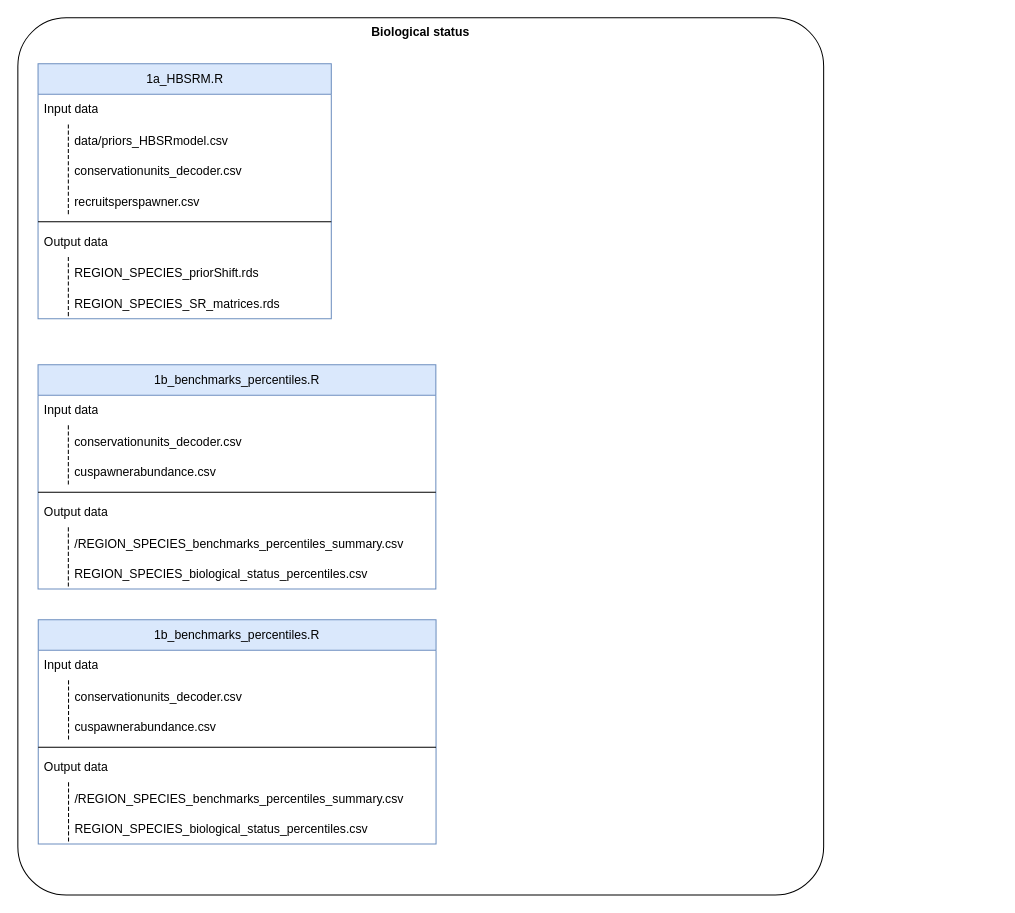
Above: flowcharts/Flowchart_datasets_scripts_population_indicators.drawio in salmonwatersheds/population-indicators (draw.io), before the change. Source tidied: cells renumbered, new cells numbered last; positions are measured from the earlier drawing's top-left corner, leaving out a move shared by most shapes. Both pictures are drawn from the tidied source at 102%, with x=0, y=0 at pixel (17, 17).
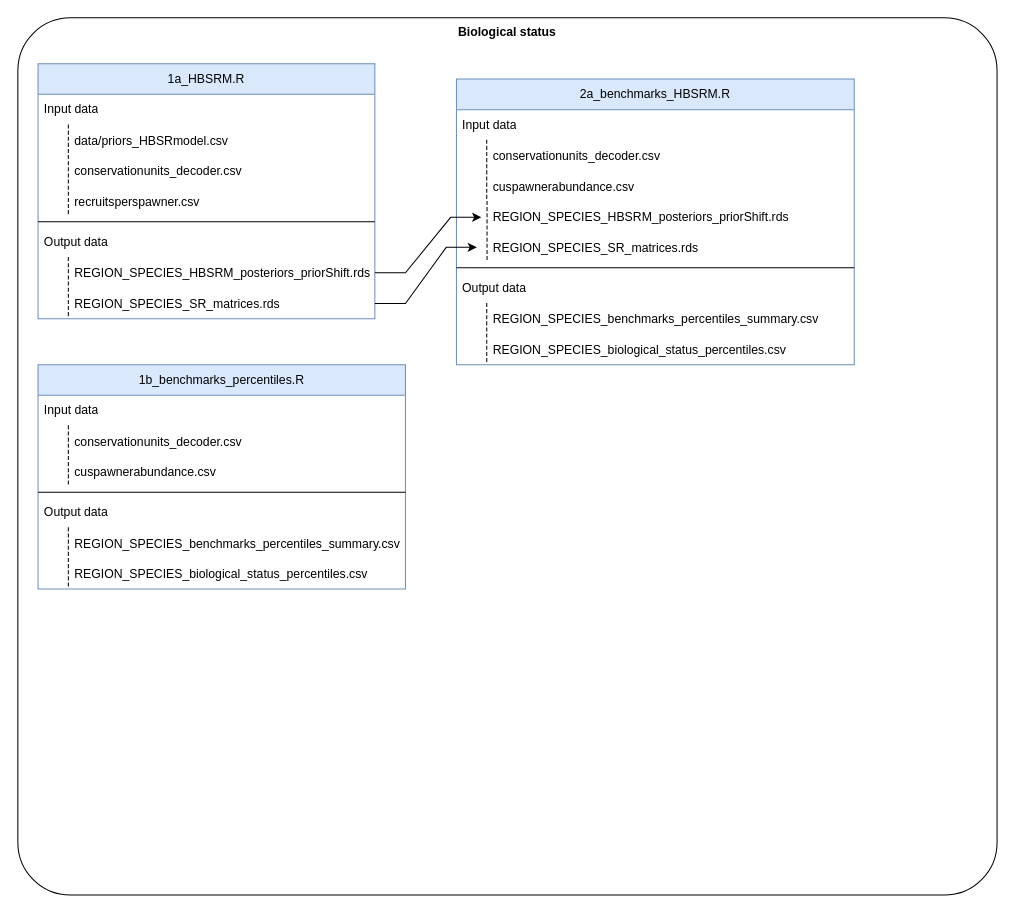
The same diagram, later.

Diff of the diagram source:
```diff
@@
     <mxCell id="2" value="&lt;b&gt;Biological status&lt;/b&gt;" style="rounded=1;whiteSpace=wrap;html=1;direction=west;verticalAlign=top;arcSize=6;" parent="1" vertex="1">
-      <mxGeometry width="790" height="860" as="geometry" />
+      <mxGeometry width="960" height="860" as="geometry" />
     </mxCell>
     <mxCell id="3" value="1a_HBSRM.R" style="swimlane;fontStyle=0;horizontal=1;startSize=30;whiteSpace=wrap;html=1;fillColor=#dae8fc;strokeColor=#6c8ebf;" parent="2" vertex="1">
-      <mxGeometry x="19.8" y="45" width="287.5" height="250" as="geometry" />
+      <mxGeometry x="19.8" y="45" width="330.2" height="250" as="geometry" />
     </mxCell>
     <mxCell id="4" value="Input data" style="text;strokeColor=none;fillColor=none;align=left;verticalAlign=middle;spacingLeft=4;spacingRight=4;overflow=hidden;whiteSpace=wrap;html=1;" parent="3" vertex="1">
-      <mxGeometry y="30" width="287.5" height="30" as="geometry" />
+      <mxGeometry y="30" width="330.2" height="30" as="geometry" />
     </mxCell>
     <mxCell id="5" value="data/priors_HBSRmodel.csv" style="shape=partialRectangle;fillColor=none;align=left;verticalAlign=middle;strokeColor=none;spacingLeft=34;" parent="3" vertex="1">
-      <mxGeometry y="60" width="287.5" height="30" as="geometry" />
+      <mxGeometry y="60" width="330.2" height="30" as="geometry" />
     </mxCell>
@@
     <mxCell id="7" value="conservationunits_decoder.csv" style="shape=partialRectangle;fillColor=none;align=left;verticalAlign=middle;strokeColor=none;spacingLeft=34;" parent="3" vertex="1">
-      <mxGeometry y="90" width="287.5" height="30" as="geometry" />
+      <mxGeometry y="90" width="330.2" height="30" as="geometry" />
     </mxCell>
@@
     <mxCell id="9" value="recruitsperspawner.csv" style="shape=partialRectangle;fillColor=none;align=left;verticalAlign=middle;strokeColor=none;spacingLeft=34;" parent="3" vertex="1">
-      <mxGeometry y="120" width="287.5" height="30" as="geometry" />
+      <mxGeometry y="120" width="330.2" height="30" as="geometry" />
     </mxCell>
@@
     <mxCell id="11" style="line;strokeWidth=1;dashed=0;labelPosition=right;align=left;verticalAlign=middle;spacingTop=0;spacingLeft=6;" parent="3" vertex="1">
-      <mxGeometry y="150" width="287.5" height="10" as="geometry" />
+      <mxGeometry y="150" width="330.2" height="10" as="geometry" />
     </mxCell>
     <mxCell id="12" value="Output data" style="text;strokeColor=none;fillColor=none;align=left;verticalAlign=middle;spacingLeft=4;spacingRight=4;overflow=hidden;whiteSpace=wrap;html=1;" parent="3" vertex="1">
-      <mxGeometry y="160" width="287.5" height="30" as="geometry" />
+      <mxGeometry y="160" width="330.2" height="30" as="geometry" />
     </mxCell>
-    <mxCell id="13" value="REGION_SPECIES_priorShift.rds" style="shape=partialRectangle;fillColor=none;align=left;verticalAlign=middle;strokeColor=none;spacingLeft=34;points=[[0,0.5],[1,0.5]];portConstraint=eastwest;" parent="3" vertex="1">
-      <mxGeometry y="190" width="287.5" height="30" as="geometry" />
+    <mxCell id="13" value="REGION_SPECIES_HBSRM_posteriors_priorShift.rds" style="shape=partialRectangle;fillColor=none;align=left;verticalAlign=middle;strokeColor=none;spacingLeft=34;points=[[0,0.5],[1,0.5]];portConstraint=eastwest;" parent="3" vertex="1">
+      <mxGeometry y="190" width="330.2" height="30" as="geometry" />
     </mxCell>
@@
     <mxCell id="15" value="REGION_SPECIES_SR_matrices.rds" style="shape=partialRectangle;fillColor=none;align=left;verticalAlign=middle;strokeColor=none;spacingLeft=34;points=[[0,0.5],[1,0.5]];portConstraint=eastwest;" parent="3" vertex="1">
-      <mxGeometry y="220" width="287.5" height="30" as="geometry" />
+      <mxGeometry y="220" width="330.2" height="30" as="geometry" />
     </mxCell>
@@
     <mxCell id="17" value="1b_benchmarks_percentiles.R" style="swimlane;fontStyle=0;horizontal=1;startSize=30;whiteSpace=wrap;html=1;fillColor=#dae8fc;strokeColor=#6c8ebf;" parent="2" vertex="1">
-      <mxGeometry x="19.8" y="340" width="390" height="220" as="geometry" />
+      <mxGeometry x="19.8" y="340" width="360.2" height="220" as="geometry" />
     </mxCell>
     <mxCell id="18" value="Input data" style="text;strokeColor=none;fillColor=none;align=left;verticalAlign=middle;spacingLeft=4;spacingRight=4;overflow=hidden;whiteSpace=wrap;html=1;" parent="17" vertex="1">
-      <mxGeometry y="30" width="390" height="30" as="geometry" />
+      <mxGeometry y="30" width="360.2" height="30" as="geometry" />
     </mxCell>
     <mxCell id="19" value="conservationunits_decoder.csv" style="shape=partialRectangle;fillColor=none;align=left;verticalAlign=middle;strokeColor=none;spacingLeft=34;" parent="17" vertex="1">
-      <mxGeometry y="60" width="390" height="30" as="geometry" />
+      <mxGeometry y="60" width="360.2" height="30" as="geometry" />
     </mxCell>
@@
     <mxCell id="21" value="cuspawnerabundance.csv" style="shape=partialRectangle;fillColor=none;align=left;verticalAlign=middle;strokeColor=none;spacingLeft=34;" parent="17" vertex="1">
-      <mxGeometry y="90" width="390" height="30" as="geometry" />
+      <mxGeometry y="90" width="360.2" height="30" as="geometry" />
     </mxCell>
@@
     <mxCell id="23" style="line;strokeWidth=1;dashed=0;labelPosition=right;align=left;verticalAlign=middle;spacingTop=0;spacingLeft=6;" parent="17" vertex="1">
-      <mxGeometry y="120" width="390" height="10" as="geometry" />
+      <mxGeometry y="120" width="360.2" height="10" as="geometry" />
     </mxCell>
     <mxCell id="24" value="Output data" style="text;strokeColor=none;fillColor=none;align=left;verticalAlign=middle;spacingLeft=4;spacingRight=4;overflow=hidden;whiteSpace=wrap;html=1;" parent="17" vertex="1">
-      <mxGeometry y="130" width="390" height="30" as="geometry" />
+      <mxGeometry y="130" width="360.2" height="30" as="geometry" />
     </mxCell>
-    <mxCell id="25" value="/REGION_SPECIES_benchmarks_percentiles_summary.csv" style="shape=partialRectangle;fillColor=none;align=left;verticalAlign=middle;strokeColor=none;spacingLeft=34;" parent="17" vertex="1">
-      <mxGeometry y="160" width="390" height="30" as="geometry" />
+    <mxCell id="25" value="REGION_SPECIES_benchmarks_percentiles_summary.csv" style="shape=partialRectangle;fillColor=none;align=left;verticalAlign=middle;strokeColor=none;spacingLeft=34;" parent="17" vertex="1">
+      <mxGeometry y="160" width="360.2" height="30" as="geometry" />
     </mxCell>
@@
     <mxCell id="27" value="REGION_SPECIES_biological_status_percentiles.csv" style="shape=partialRectangle;fillColor=none;align=left;verticalAlign=middle;strokeColor=none;spacingLeft=34;" parent="17" vertex="1">
-      <mxGeometry y="190" width="390" height="30" as="geometry" />
+      <mxGeometry y="190" width="360.2" height="30" as="geometry" />
     </mxCell>
@@
-    <mxCell id="29" value="1b_benchmarks_percentiles.R" style="swimlane;fontStyle=0;horizontal=1;startSize=30;whiteSpace=wrap;html=1;fillColor=#dae8fc;strokeColor=#6c8ebf;" parent="1" vertex="1">
-      <mxGeometry x="20" y="590" width="390" height="220" as="geometry" />
+    <mxCell id="29" value="2a_benchmarks_HBSRM.R" style="swimlane;fontStyle=0;horizontal=1;startSize=30;whiteSpace=wrap;html=1;fillColor=#dae8fc;strokeColor=#6c8ebf;" parent="2" vertex="1">
+      <mxGeometry x="430" y="60" width="390" height="280" as="geometry" />
     </mxCell>
@@
+    <mxCell id="41" value="REGION_SPECIES_HBSRM_posteriors_priorShift.rds" style="shape=partialRectangle;fillColor=none;align=left;verticalAlign=middle;strokeColor=none;spacingLeft=34;" parent="29" vertex="1">
+      <mxGeometry y="120" width="390" height="30" as="geometry" />
+    </mxCell>
+    <mxCell id="42" style="shape=partialRectangle;top=0;left=0;bottom=0;fillColor=none;stokeWidth=1;dashed=1;align=left;verticalAlign=middle;spacingLeft=4;spacingRight=4;overflow=hidden;points=[];portConstraint=eastwest;" parent="41" vertex="1">
+      <mxGeometry width="30" height="30" as="geometry" />
+    </mxCell>
+    <mxCell id="43" value="REGION_SPECIES_SR_matrices.rds" style="shape=partialRectangle;fillColor=none;align=left;verticalAlign=middle;strokeColor=none;spacingLeft=34;" parent="29" vertex="1">
+      <mxGeometry y="150" width="390" height="30" as="geometry" />
+    </mxCell>
+    <mxCell id="44" style="shape=partialRectangle;top=0;left=0;bottom=0;fillColor=none;stokeWidth=1;dashed=1;align=left;verticalAlign=middle;spacingLeft=4;spacingRight=4;overflow=hidden;" parent="43" vertex="1">
+      <mxGeometry width="30" height="30" as="geometry" />
+    </mxCell>
     <mxCell id="35" style="line;strokeWidth=1;dashed=0;labelPosition=right;align=left;verticalAlign=middle;spacingTop=0;spacingLeft=6;" parent="29" vertex="1">
-      <mxGeometry y="120" width="390" height="10" as="geometry" />
+      <mxGeometry y="180" width="390" height="10" as="geometry" />
     </mxCell>
     <mxCell id="36" value="Output data" style="text;strokeColor=none;fillColor=none;align=left;verticalAlign=middle;spacingLeft=4;spacingRight=4;overflow=hidden;whiteSpace=wrap;html=1;" parent="29" vertex="1">
-      <mxGeometry y="130" width="390" height="30" as="geometry" />
+      <mxGeometry y="190" width="390" height="30" as="geometry" />
     </mxCell>
-    <mxCell id="37" value="/REGION_SPECIES_benchmarks_percentiles_summary.csv" style="shape=partialRectangle;fillColor=none;align=left;verticalAlign=middle;strokeColor=none;spacingLeft=34;" parent="29" vertex="1">
-      <mxGeometry y="160" width="390" height="30" as="geometry" />
+    <mxCell id="37" value="REGION_SPECIES_benchmarks_percentiles_summary.csv" style="shape=partialRectangle;fillColor=none;align=left;verticalAlign=middle;strokeColor=none;spacingLeft=34;" parent="29" vertex="1">
+      <mxGeometry y="220" width="390" height="30" as="geometry" />
     </mxCell>
@@
     <mxCell id="39" value="REGION_SPECIES_biological_status_percentiles.csv" style="shape=partialRectangle;fillColor=none;align=left;verticalAlign=middle;strokeColor=none;spacingLeft=34;" parent="29" vertex="1">
-      <mxGeometry y="190" width="390" height="30" as="geometry" />
+      <mxGeometry y="250" width="390" height="30" as="geometry" />
     </mxCell>
@@
+    <mxCell id="45" style="edgeStyle=entityRelationEdgeStyle;rounded=0;jettySize=auto;html=1;exitX=1;exitY=0.5;exitDx=0;exitDy=0;entryX=0.811;entryY=0.519;entryDx=0;entryDy=0;entryPerimeter=0;" parent="2" edge="1" source="13" target="42">
+      <mxGeometry relative="1" as="geometry">
+        <Array as="points">
+          <mxPoint x="430" y="196" />
+        </Array>
+      </mxGeometry>
+    </mxCell>
+    <mxCell id="46" style="edgeStyle=entityRelationEdgeStyle;shape=connector;rounded=0;jettySize=auto;html=1;exitX=1;exitY=0.5;exitDx=0;exitDy=0;strokeColor=default;align=center;verticalAlign=middle;fontFamily=Helvetica;fontSize=11;fontColor=default;labelBackgroundColor=default;endArrow=classic;" parent="2" edge="1" source="15">
+      <mxGeometry relative="1" as="geometry">
+        <mxPoint x="450" y="225" as="targetPoint" />
+      </mxGeometry>
+    </mxCell>
```
